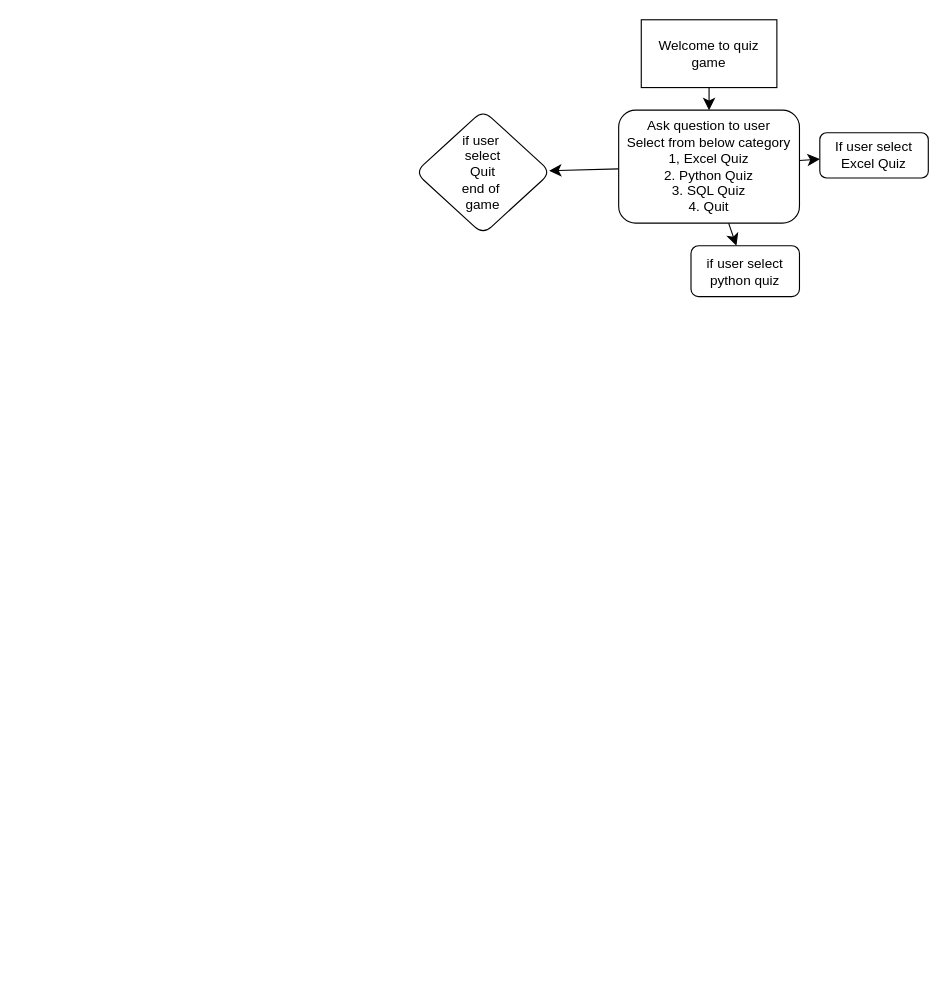
Earlier version of the draw.io diagram Untitled Diagram.drawio (nareshkumar0610/nareshkumar0610). Source tidied: cells renumbered, new cells numbered last; positions are measured from the earlier drawing's top-left corner, leaving out a move shared by most shapes. Both pictures are drawn from the tidied source at 113%, with x=0, y=0 at pixel (415, 19).
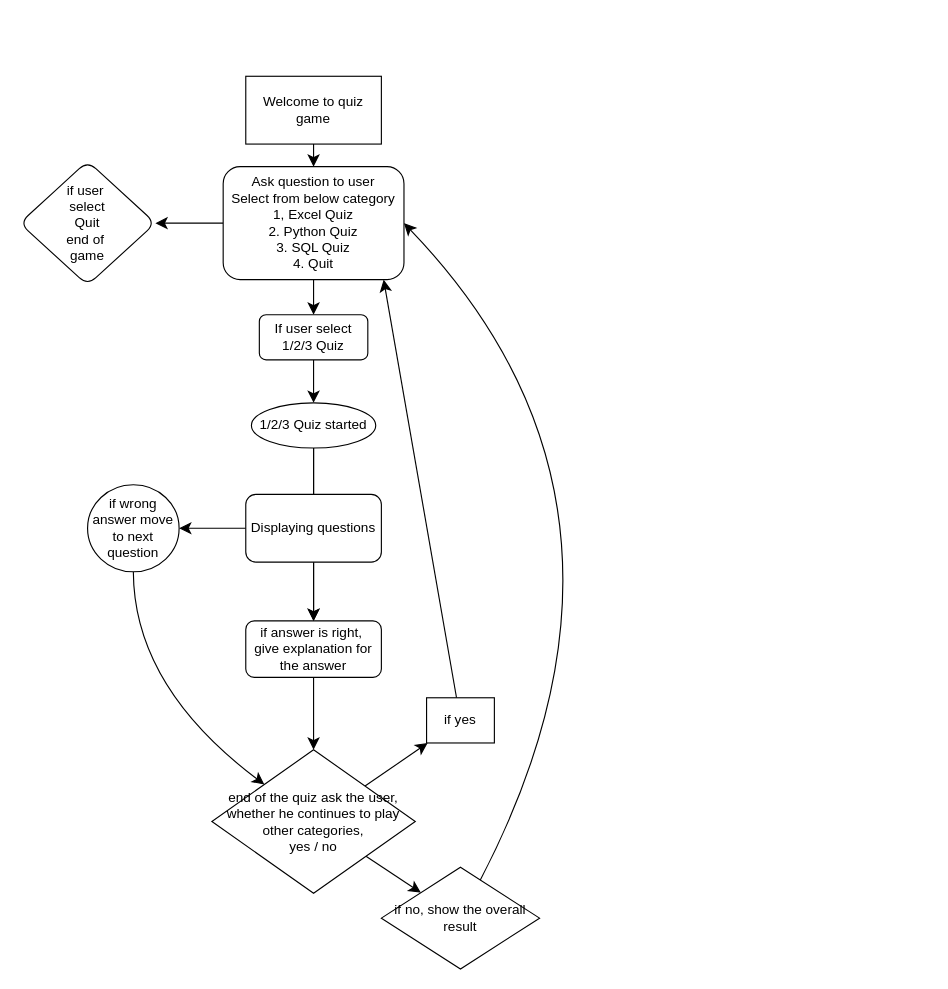
The same page after the edit.

What changed in the source:
```diff
@@
     <mxCell id="2" value="Welcome to quiz&lt;div&gt;game&lt;/div&gt;" style="rounded=0;whiteSpace=wrap;html=1;" parent="1" vertex="1">
-      <mxGeometry x="200" width="120" height="60" as="geometry" />
+      <mxGeometry x="-150" y="50" width="120" height="60" as="geometry" />
     </mxCell>
@@
-    <mxCell id="5" style="edgeStyle=none;curved=1;rounded=0;jettySize=auto;html=1;fontSize=12;startSize=8;endSize=8;" parent="1" edge="1" source="7" target="9">
-      <mxGeometry relative="1" as="geometry" />
-    </mxCell>
@@
     <mxCell id="7" value="Ask question to user&lt;div&gt;Select from below category&lt;/div&gt;&lt;div&gt;1, Excel Quiz&lt;/div&gt;&lt;div&gt;2. Python Quiz&lt;/div&gt;&lt;div&gt;3. SQL Quiz&lt;/div&gt;&lt;div&gt;4. Quit&lt;/div&gt;" style="rounded=1;whiteSpace=wrap;html=1;" parent="1" vertex="1">
-      <mxGeometry x="180" y="80" width="160" height="100" as="geometry" />
+      <mxGeometry x="-170" y="130" width="160" height="100" as="geometry" />
     </mxCell>
     <mxCell id="8" value="if user&amp;nbsp;&lt;div&gt;select&lt;div&gt;Quit&lt;/div&gt;&lt;div&gt;end of&amp;nbsp;&lt;/div&gt;&lt;div&gt;game&lt;/div&gt;&lt;/div&gt;" style="rhombus;whiteSpace=wrap;html=1;rounded=1;" parent="1" vertex="1">
-      <mxGeometry y="80" width="120" height="110" as="geometry" />
+      <mxGeometry x="-350" y="125" width="120" height="110" as="geometry" />
     </mxCell>
-    <mxCell id="9" value="if user select python quiz" style="whiteSpace=wrap;html=1;rounded=1;" parent="1" vertex="1">
-      <mxGeometry x="244" y="200" width="96" height="45" as="geometry" />
-    </mxCell>
-    <mxCell id="10" style="edgeStyle=none;curved=1;rounded=0;orthogonalLoop=1;jettySize=auto;html=1;exitX=1;exitY=1;exitDx=0;exitDy=0;fontSize=12;startSize=8;endSize=8;" parent="1" edge="1" source="9" target="9">
-      <mxGeometry relative="1" as="geometry" />
-    </mxCell>
@@
+    <mxCell id="13" style="edgeStyle=none;curved=1;rounded=0;jettySize=auto;html=1;fontSize=12;startSize=8;endSize=8;" parent="1" edge="1" source="12" target="16">
+      <mxGeometry relative="1" as="geometry" />
+    </mxCell>
-    <mxCell id="12" value="If user select Excel Quiz" style="rounded=1;whiteSpace=wrap;html=1;" parent="1" vertex="1">
-      <mxGeometry x="358" y="100" width="96" height="40" as="geometry" />
+    <mxCell id="12" value="If user select 1/2/3 Quiz" style="rounded=1;whiteSpace=wrap;html=1;" parent="1" vertex="1">
+      <mxGeometry x="-138" y="261" width="96" height="40" as="geometry" />
     </mxCell>
+    <mxCell id="14" style="edgeStyle=none;curved=1;rounded=0;jettySize=auto;html=1;fontSize=12;startSize=8;endSize=8;" parent="1" edge="1" source="16" target="18">
+      <mxGeometry relative="1" as="geometry" />
+    </mxCell>
+    <mxCell id="15" style="edgeStyle=none;curved=1;rounded=0;jettySize=auto;html=1;fontSize=12;startSize=8;endSize=8;" parent="1" edge="1" source="16" target="18">
+      <mxGeometry relative="1" as="geometry" />
+    </mxCell>
+    <mxCell id="16" value="1/2/3 Quiz started" style="ellipse;whiteSpace=wrap;html=1;" parent="1" vertex="1">
+      <mxGeometry x="-145" y="339" width="110" height="40" as="geometry" />
+    </mxCell>
+    <mxCell id="17" style="edgeStyle=none;curved=1;rounded=0;jettySize=auto;html=1;fontSize=12;startSize=8;endSize=8;" parent="1" edge="1" source="18" target="21">
+      <mxGeometry relative="1" as="geometry" />
+    </mxCell>
+    <mxCell id="18" value="if answer is right,&amp;nbsp;&lt;div&gt;give explanation for the answer&lt;/div&gt;" style="rounded=1;whiteSpace=wrap;html=1;" parent="1" vertex="1">
+      <mxGeometry x="-150" y="532" width="120" height="50" as="geometry" />
+    </mxCell>
+    <mxCell id="19" style="edgeStyle=none;curved=1;rounded=0;jettySize=auto;html=1;entryX=0;entryY=0;entryDx=0;entryDy=0;fontSize=12;startSize=8;endSize=8;" parent="1" edge="1" source="21" target="24">
+      <mxGeometry relative="1" as="geometry" />
+    </mxCell>
+    <mxCell id="20" style="edgeStyle=none;curved=1;rounded=0;jettySize=auto;html=1;fontSize=12;startSize=8;endSize=8;" parent="1" edge="1" source="21" target="23">
+      <mxGeometry relative="1" as="geometry" />
+    </mxCell>
+    <mxCell id="21" value="end of the quiz ask the user, whether he continues to play other categories,&lt;div&gt;yes / no&lt;/div&gt;" style="rhombus;whiteSpace=wrap;html=1;" parent="1" vertex="1">
+      <mxGeometry x="-180" y="646" width="180" height="127" as="geometry" />
+    </mxCell>
+    <mxCell id="22" style="edgeStyle=none;curved=1;rounded=0;jettySize=auto;html=1;fontSize=12;startSize=8;endSize=8;" parent="1" edge="1" source="23">
+      <mxGeometry relative="1" as="geometry">
+        <mxPoint x="-28" y="230" as="targetPoint" />
+      </mxGeometry>
+    </mxCell>
+    <mxCell id="23" value="if yes" style="whiteSpace=wrap;html=1;" parent="1" vertex="1">
+      <mxGeometry x="10" y="600" width="60" height="40" as="geometry" />
+    </mxCell>
+    <mxCell id="24" value="if no, show the overall result" style="rhombus;whiteSpace=wrap;html=1;" parent="1" vertex="1">
+      <mxGeometry x="-30" y="750" width="140" height="90" as="geometry" />
+    </mxCell>
+    <mxCell id="25" style="edgeStyle=none;curved=1;rounded=0;jettySize=auto;html=1;fontSize=12;startSize=8;endSize=8;" parent="1" edge="1" source="26" target="21">
+      <mxGeometry relative="1" as="geometry">
+        <Array as="points">
+          <mxPoint x="-249" y="590" />
+        </Array>
+      </mxGeometry>
+    </mxCell>
+    <mxCell id="26" value="if wrong answer move to next question" style="ellipse;whiteSpace=wrap;html=1;" parent="1" vertex="1">
+      <mxGeometry x="-290" y="411.5" width="81" height="77" as="geometry" />
+    </mxCell>
+    <mxCell id="27" style="edgeStyle=none;curved=1;rounded=0;jettySize=auto;html=1;entryX=1;entryY=0.5;entryDx=0;entryDy=0;fontSize=12;startSize=8;endSize=8;" parent="1" edge="1" source="28" target="26">
+      <mxGeometry relative="1" as="geometry" />
+    </mxCell>
+    <mxCell id="28" value="Displaying questions" style="rounded=1;whiteSpace=wrap;html=1;" parent="1" vertex="1">
+      <mxGeometry x="-150" y="420" width="120" height="60" as="geometry" />
+    </mxCell>
+    <mxCell id="29" style="edgeStyle=none;curved=1;rounded=0;jettySize=auto;html=1;entryX=1;entryY=0.5;entryDx=0;entryDy=0;fontSize=12;startSize=8;endSize=8;" parent="1" edge="1" source="24" target="7">
+      <mxGeometry relative="1" as="geometry">
+        <Array as="points">
+          <mxPoint x="230" y="430" />
+        </Array>
+      </mxGeometry>
+    </mxCell>
```
